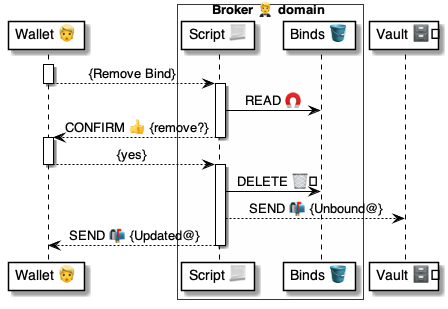
The PlantUML diagram 4 ⚙️ Solution/20 🧑‍🦰 UI/Brokers 🤵/🤵🅰️ Broker methods/Wallets 🧑‍🦰 Pop 🧑‍🦰🐌🤵/Pop Bind 🔗/📃 Remove Bind/🤵 Remove Bind ⚙️ uml.png in pollyweb-org/pollyweb-docs, before a commit. Its source is kept beside it as 4 ⚙️ Solution/20 🧑‍🦰 UI/Brokers 🤵/🤵🅰️ Broker methods/Wallets 🧑‍🦰 Pop 🧑‍🦰🐌🤵/Pop Bind 🔗/📃 Remove Bind/🤵 Remove Bind ⚙️ uml.puml.
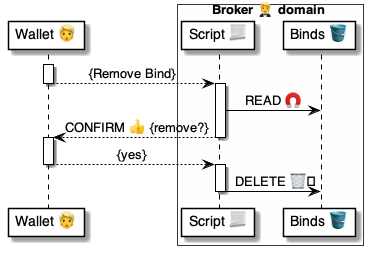
After the change.

The edit, as a diff of the source:
```diff
@@ -7,7 +7,6 @@
     participant "Binds 🪣" as binds
 end box
 
-participant "Vault 🗄️" as vault
 
 activate wallet
     wallet --> script: {Remove Bind}
@@ -24,8 +23,6 @@
 
 activate script
     script -> binds: DELETE 🗑️
-    script --> vault: SEND 📬 {Unbound@}
-    script --> wallet: SEND 📬 {Updated@}
 deactivate script
 
 @enduml
```
